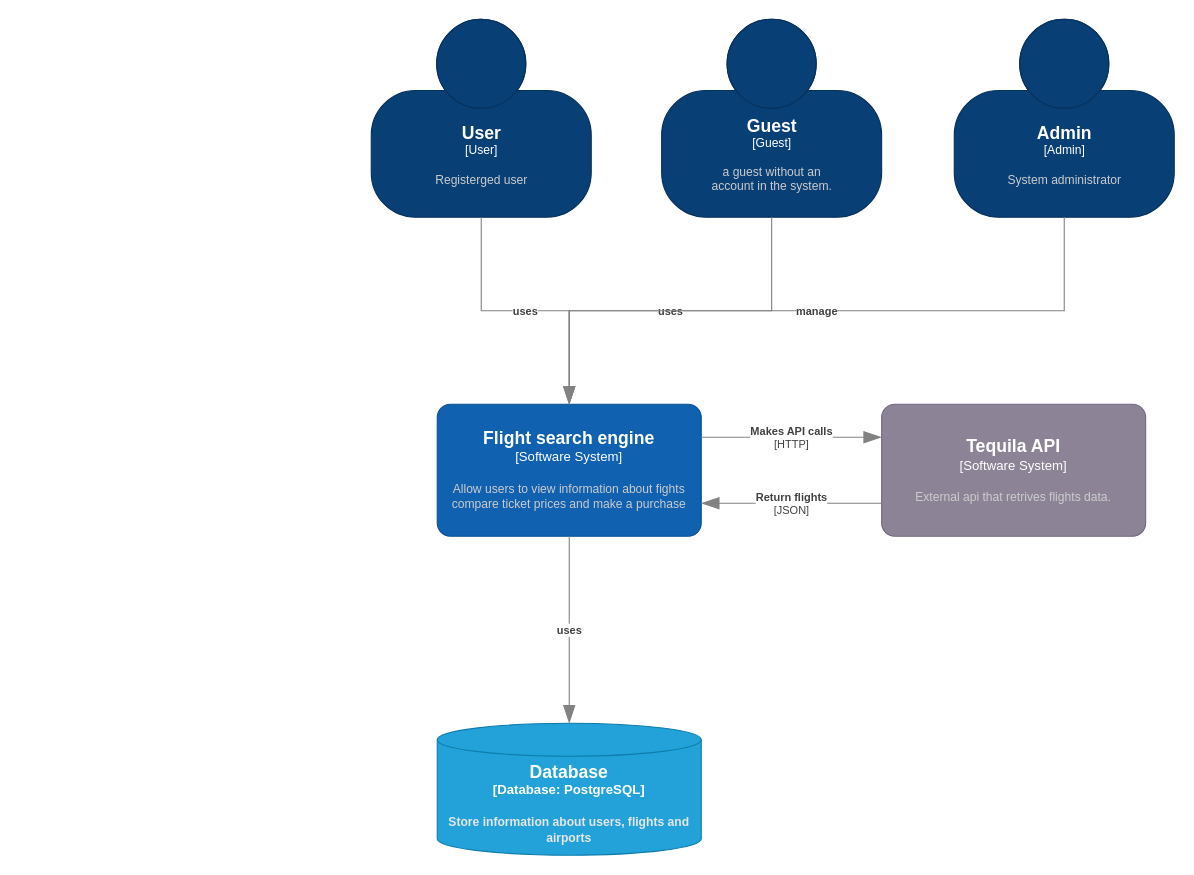
Above: page "C1" (1 of 4) of C4.drawio in nur1210/flight_search_engine (draw.io), before the change. Source tidied: cells renumbered, new cells numbered last; positions are measured from the earlier drawing's top-left corner, leaving out a move shared by most shapes. Both pictures are drawn from the tidied source at 110%, with x=0, y=0 at pixel (371, 19).
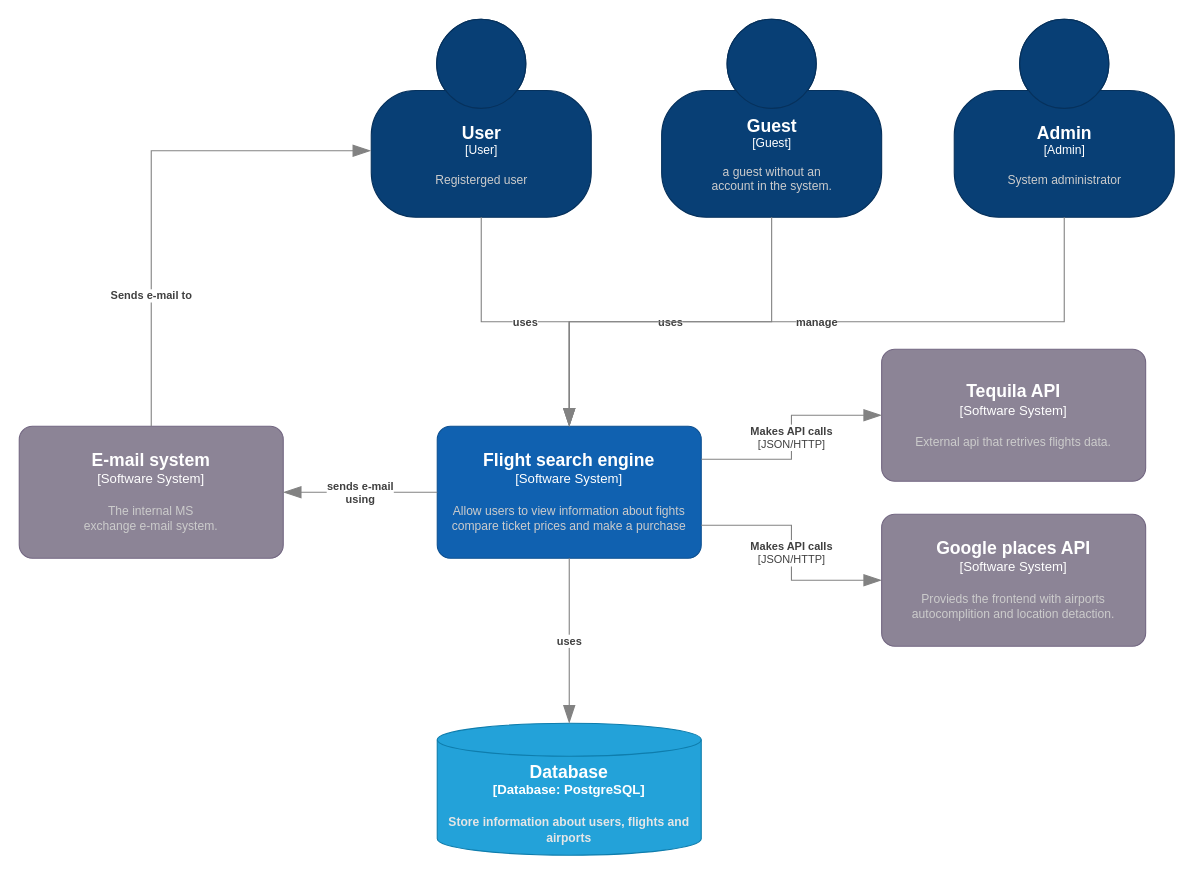
The same page after the edit.

The change refers to these unchanged cells:
```xml
<object id="3" label="&lt;font style=&quot;font-size: 16px&quot;&gt;&lt;b&gt;%c4Name%&lt;/b&gt;&lt;/font&gt;&lt;div&gt;[%c4Type%]&lt;/div&gt;&lt;br&gt;&lt;div&gt;&lt;font style=&quot;font-size: 11px&quot;&gt;&lt;font color=&quot;#cccccc&quot;&gt;%c4Description%&lt;/font&gt;&lt;/div&gt;" c4Description="Registerged user" c4Name="User" c4Type="User" placeholders="1">
  <mxCell style="html=1;fontSize=11;dashed=0;whitespace=wrap;fillColor=#083F75;strokeColor=#06315C;fontColor=#ffffff;shape=mxgraph.c4.person2;align=center;points=[[0.5,0,0],[1,0.5,0],[1,0.75,0],[0.75,1,0],[0.5,1,0],[0.25,1,0],[0,0.75,0],[0,0.5,0]];" parent="1" vertex="1">
    <mxGeometry width="200" height="180" as="geometry" />
  </mxCell>
</object>
```

The edit, as a diff of the source:
```diff
@@
     <object id="4" label="&lt;font style=&quot;font-size: 16px&quot;&gt;&lt;b&gt;%c4Name%&lt;/b&gt;&lt;/font&gt;&lt;div&gt;[%c4Type%]&lt;/div&gt;&lt;br&gt;&lt;div&gt;&lt;font style=&quot;font-size: 11px&quot;&gt;&lt;font color=&quot;#cccccc&quot;&gt;%c4Description%&lt;/font&gt;&lt;/div&gt;" c4Description="Allow users to view information about fights compare ticket prices and make a purchase " c4Name="Flight search engine" c4Type="Software System" placeholders="1">
       <mxCell style="rounded=1;whiteSpace=wrap;html=1;labelBackgroundColor=none;fillColor=#1061B0;fontColor=#ffffff;align=center;arcSize=10;strokeColor=#0D5091;points=[[0.25,0,0],[0.5,0,0],[0.75,0,0],[1,0.25,0],[1,0.5,0],[1,0.75,0],[0.75,1,0],[0.5,1,0],[0.25,1,0],[0,0.75,0],[0,0.5,0],[0,0.25,0]];" parent="1" vertex="1">
-        <mxGeometry x="60" y="350" width="240" height="120" as="geometry" />
+        <mxGeometry x="60" y="370" width="240" height="120" as="geometry" />
       </mxCell>
     </object>
@@
     <object id="11" label="&lt;font style=&quot;font-size: 16px&quot;&gt;&lt;b&gt;%c4Name%&lt;/b&gt;&lt;/font&gt;&lt;div&gt;[%c4Type%]&lt;/div&gt;&lt;br&gt;&lt;div&gt;&lt;font style=&quot;font-size: 11px&quot;&gt;&lt;font color=&quot;#cccccc&quot;&gt;%c4Description%&lt;/font&gt;&lt;/div&gt;" c4Description="External api that retrives flights data." c4Name="Tequila API" c4Type="Software System" placeholders="1">
       <mxCell style="rounded=1;whiteSpace=wrap;html=1;labelBackgroundColor=none;fillColor=#8C8496;fontColor=#ffffff;align=center;arcSize=10;strokeColor=#736782;points=[[0.25,0,0],[0.5,0,0],[0.75,0,0],[1,0.25,0],[1,0.5,0],[1,0.75,0],[0.75,1,0],[0.5,1,0],[0.25,1,0],[0,0.75,0],[0,0.5,0],[0,0.25,0]];" parent="1" vertex="1">
-        <mxGeometry x="464" y="350" width="240" height="120" as="geometry" />
+        <mxGeometry x="464" y="300" width="240" height="120" as="geometry" />
       </mxCell>
     </object>
-    <object id="12" label="&lt;div style=&quot;text-align: left&quot;&gt;&lt;div style=&quot;text-align: center&quot;&gt;&lt;b&gt;%c4Description%&lt;/b&gt;&lt;/div&gt;&lt;div style=&quot;text-align: center&quot;&gt;[%c4Technology%]&lt;/div&gt;&lt;/div&gt;" c4Description="Makes API calls" c4Technology="HTTP" placeholders="1">
-      <mxCell style="endArrow=blockThin;html=1;fontSize=10;fontColor=#404040;strokeWidth=1;endFill=1;strokeColor=#828282;elbow=vertical;endSize=14;startSize=14;jumpStyle=arc;jumpSize=16;rounded=0;edgeStyle=orthogonalEdgeStyle;exitX=1;exitY=0.25;exitDx=0;exitDy=0;exitPerimeter=0;entryX=0;entryY=0.25;entryDx=0;entryDy=0;entryPerimeter=0;" parent="1" edge="1" source="4" target="11">
+    <object id="12" label="&lt;div style=&quot;text-align: left&quot;&gt;&lt;div style=&quot;text-align: center&quot;&gt;&lt;b&gt;%c4Description%&lt;/b&gt;&lt;/div&gt;&lt;div style=&quot;text-align: center&quot;&gt;[%c4Technology%]&lt;/div&gt;&lt;/div&gt;" c4Description="Makes API calls" c4Technology="JSON/HTTP" placeholders="1">
+      <mxCell style="endArrow=blockThin;html=1;fontSize=10;fontColor=#404040;strokeWidth=1;endFill=1;strokeColor=#828282;elbow=vertical;endSize=14;startSize=14;jumpStyle=arc;jumpSize=16;rounded=0;edgeStyle=orthogonalEdgeStyle;exitX=1;exitY=0.25;exitDx=0;exitDy=0;exitPerimeter=0;entryX=0;entryY=0.5;entryDx=0;entryDy=0;entryPerimeter=0;" parent="1" edge="1" source="4" target="11">
         <mxGeometry relative="1" as="geometry" />
       </mxCell>
     </object>
-    <object id="13" label="&lt;div style=&quot;text-align: left&quot;&gt;&lt;div style=&quot;text-align: center&quot;&gt;&lt;b&gt;%c4Description%&lt;/b&gt;&lt;/div&gt;&lt;div style=&quot;text-align: center&quot;&gt;[%c4Technology%]&lt;/div&gt;&lt;/div&gt;" c4Description="Return flights" c4Technology="JSON" placeholders="1">
-      <mxCell style="endArrow=blockThin;html=1;fontSize=10;fontColor=#404040;strokeWidth=1;endFill=1;strokeColor=#828282;elbow=vertical;endSize=14;startSize=14;jumpStyle=arc;jumpSize=16;rounded=0;edgeStyle=orthogonalEdgeStyle;exitX=0;exitY=0.75;exitDx=0;exitDy=0;exitPerimeter=0;entryX=1;entryY=0.75;entryDx=0;entryDy=0;entryPerimeter=0;" parent="1" edge="1" source="11" target="4">
-        <mxGeometry relative="1" as="geometry" />
-      </mxCell>
-    </object>
+    <object id="14" label="&lt;div style=&quot;text-align: left&quot;&gt;&lt;div style=&quot;text-align: center&quot;&gt;&lt;b&gt;%c4Description%&lt;/b&gt;&lt;/div&gt;&lt;div style=&quot;text-align: center&quot;&gt;[%c4Technology%]&lt;/div&gt;&lt;/div&gt;" c4Description="Makes API calls" c4Technology="JSON/HTTP" placeholders="1">
+      <mxCell style="endArrow=blockThin;html=1;fontSize=10;fontColor=#404040;strokeWidth=1;endFill=1;strokeColor=#828282;elbow=vertical;endSize=14;startSize=14;jumpStyle=arc;jumpSize=16;rounded=0;edgeStyle=orthogonalEdgeStyle;exitX=1;exitY=0.75;exitDx=0;exitDy=0;exitPerimeter=0;entryX=0;entryY=0.5;entryDx=0;entryDy=0;entryPerimeter=0;" parent="1" edge="1" source="4" target="15">
+        <mxGeometry relative="1" as="geometry" />
+      </mxCell>
+    </object>
+    <object id="15" label="&lt;font style=&quot;font-size: 16px&quot;&gt;&lt;b&gt;%c4Name%&lt;/b&gt;&lt;/font&gt;&lt;div&gt;[%c4Type%]&lt;/div&gt;&lt;br&gt;&lt;div&gt;&lt;font style=&quot;font-size: 11px&quot;&gt;&lt;font color=&quot;#cccccc&quot;&gt;%c4Description%&lt;/font&gt;&lt;/div&gt;" c4Description="Provieds the frontend with airports autocomplition and location detaction." c4Name="Google places API" c4Type="Software System" placeholders="1">
+      <mxCell style="rounded=1;whiteSpace=wrap;html=1;labelBackgroundColor=none;fillColor=#8C8496;fontColor=#ffffff;align=center;arcSize=10;strokeColor=#736782;points=[[0.25,0,0],[0.5,0,0],[0.75,0,0],[1,0.25,0],[1,0.5,0],[1,0.75,0],[0.75,1,0],[0.5,1,0],[0.25,1,0],[0,0.75,0],[0,0.5,0],[0,0.25,0]];" parent="1" vertex="1">
+        <mxGeometry x="464" y="450" width="240" height="120" as="geometry" />
+      </mxCell>
+    </object>
+    <object id="16" label="&lt;font style=&quot;font-size: 16px&quot;&gt;&lt;b&gt;%c4Name%&lt;/b&gt;&lt;/font&gt;&lt;div&gt;[%c4Type%]&lt;/div&gt;&lt;br&gt;&lt;div&gt;&lt;font style=&quot;font-size: 11px&quot;&gt;&lt;font color=&quot;#cccccc&quot;&gt;%c4Description%&lt;/font&gt;&lt;/div&gt;" c4Description="The internal MS &#10;exchange e-mail system." c4Name="E-mail system" c4Type="Software System" placeholders="1">
+      <mxCell style="rounded=1;whiteSpace=wrap;html=1;labelBackgroundColor=none;fillColor=#8C8496;fontColor=#ffffff;align=center;arcSize=10;strokeColor=#736782;points=[[0.25,0,0],[0.5,0,0],[0.75,0,0],[1,0.25,0],[1,0.5,0],[1,0.75,0],[0.75,1,0],[0.5,1,0],[0.25,1,0],[0,0.75,0],[0,0.5,0],[0,0.25,0]];" parent="1" vertex="1">
+        <mxGeometry x="-320" y="370" width="240" height="120" as="geometry" />
+      </mxCell>
+    </object>
+    <object id="17" label="&lt;div style=&quot;text-align: left&quot;&gt;&lt;div style=&quot;text-align: center&quot;&gt;&lt;b&gt;%c4Description%&lt;/b&gt;&lt;/div&gt;" c4Description="sends e-mail&#10;using" placeholders="1">
+      <mxCell style="endArrow=blockThin;html=1;fontSize=10;fontColor=#404040;strokeWidth=1;endFill=1;strokeColor=#828282;elbow=vertical;endSize=14;startSize=14;jumpStyle=arc;jumpSize=16;rounded=0;edgeStyle=orthogonalEdgeStyle;exitX=0;exitY=0.5;exitDx=0;exitDy=0;exitPerimeter=0;entryX=1;entryY=0.5;entryDx=0;entryDy=0;entryPerimeter=0;" parent="1" edge="1" source="4" target="16">
+        <mxGeometry relative="1" as="geometry" />
+      </mxCell>
+    </object>
+    <object id="18" label="&lt;div style=&quot;text-align: left&quot;&gt;&lt;div style=&quot;text-align: center&quot;&gt;&lt;b&gt;%c4Description%&lt;/b&gt;&lt;/div&gt;" c4Description="Sends e-mail to" placeholders="1">
+      <mxCell style="endArrow=blockThin;html=1;fontSize=10;fontColor=#404040;strokeWidth=1;endFill=1;strokeColor=#828282;elbow=vertical;endSize=14;startSize=14;jumpStyle=arc;jumpSize=16;rounded=0;edgeStyle=orthogonalEdgeStyle;entryX=-0.002;entryY=0.664;entryDx=0;entryDy=0;entryPerimeter=0;exitX=0.5;exitY=0;exitDx=0;exitDy=0;exitPerimeter=0;" parent="1" edge="1" source="16" target="3">
+        <mxGeometry x="-0.47" relative="1" as="geometry" />
+      </mxCell>
+    </object>
```
